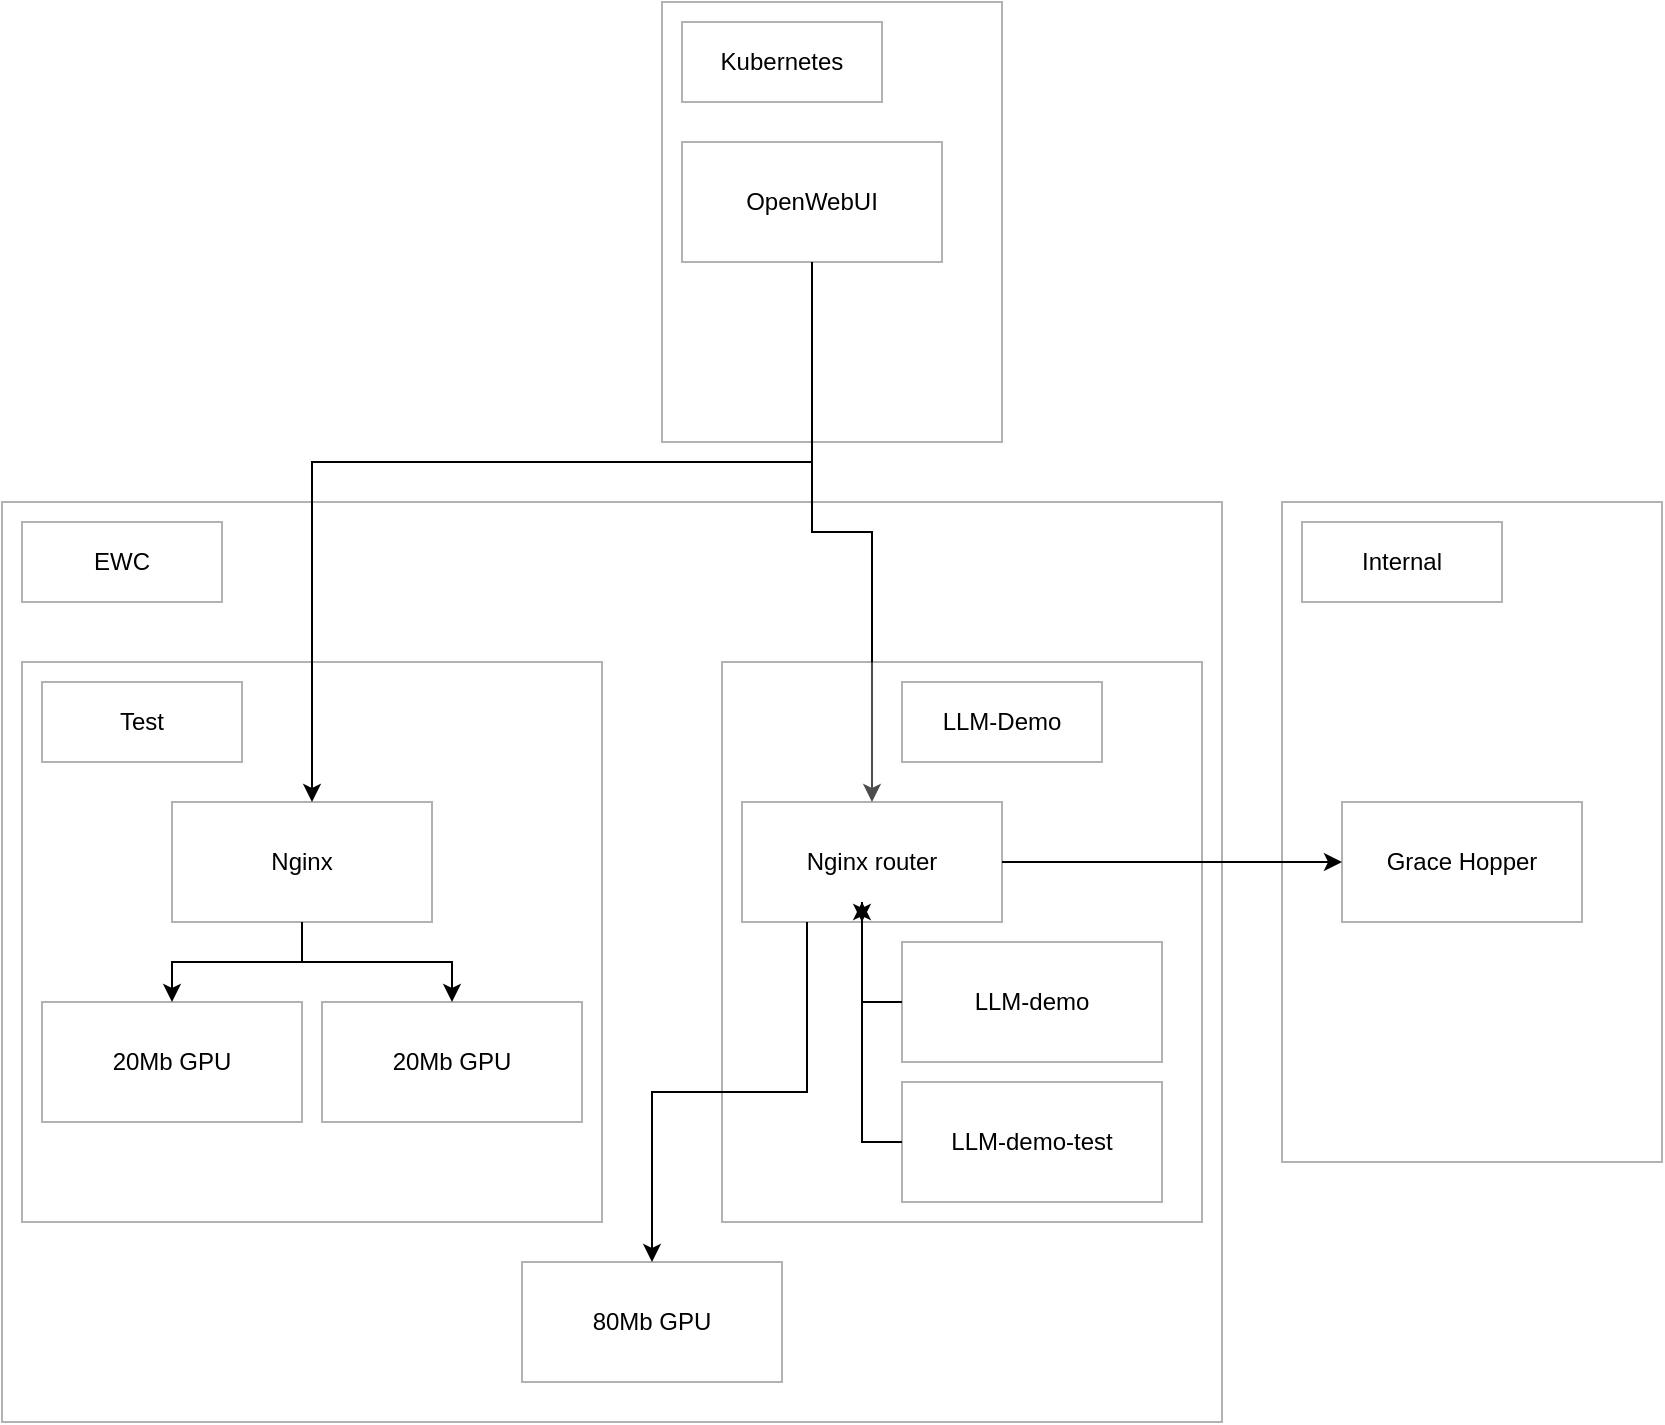
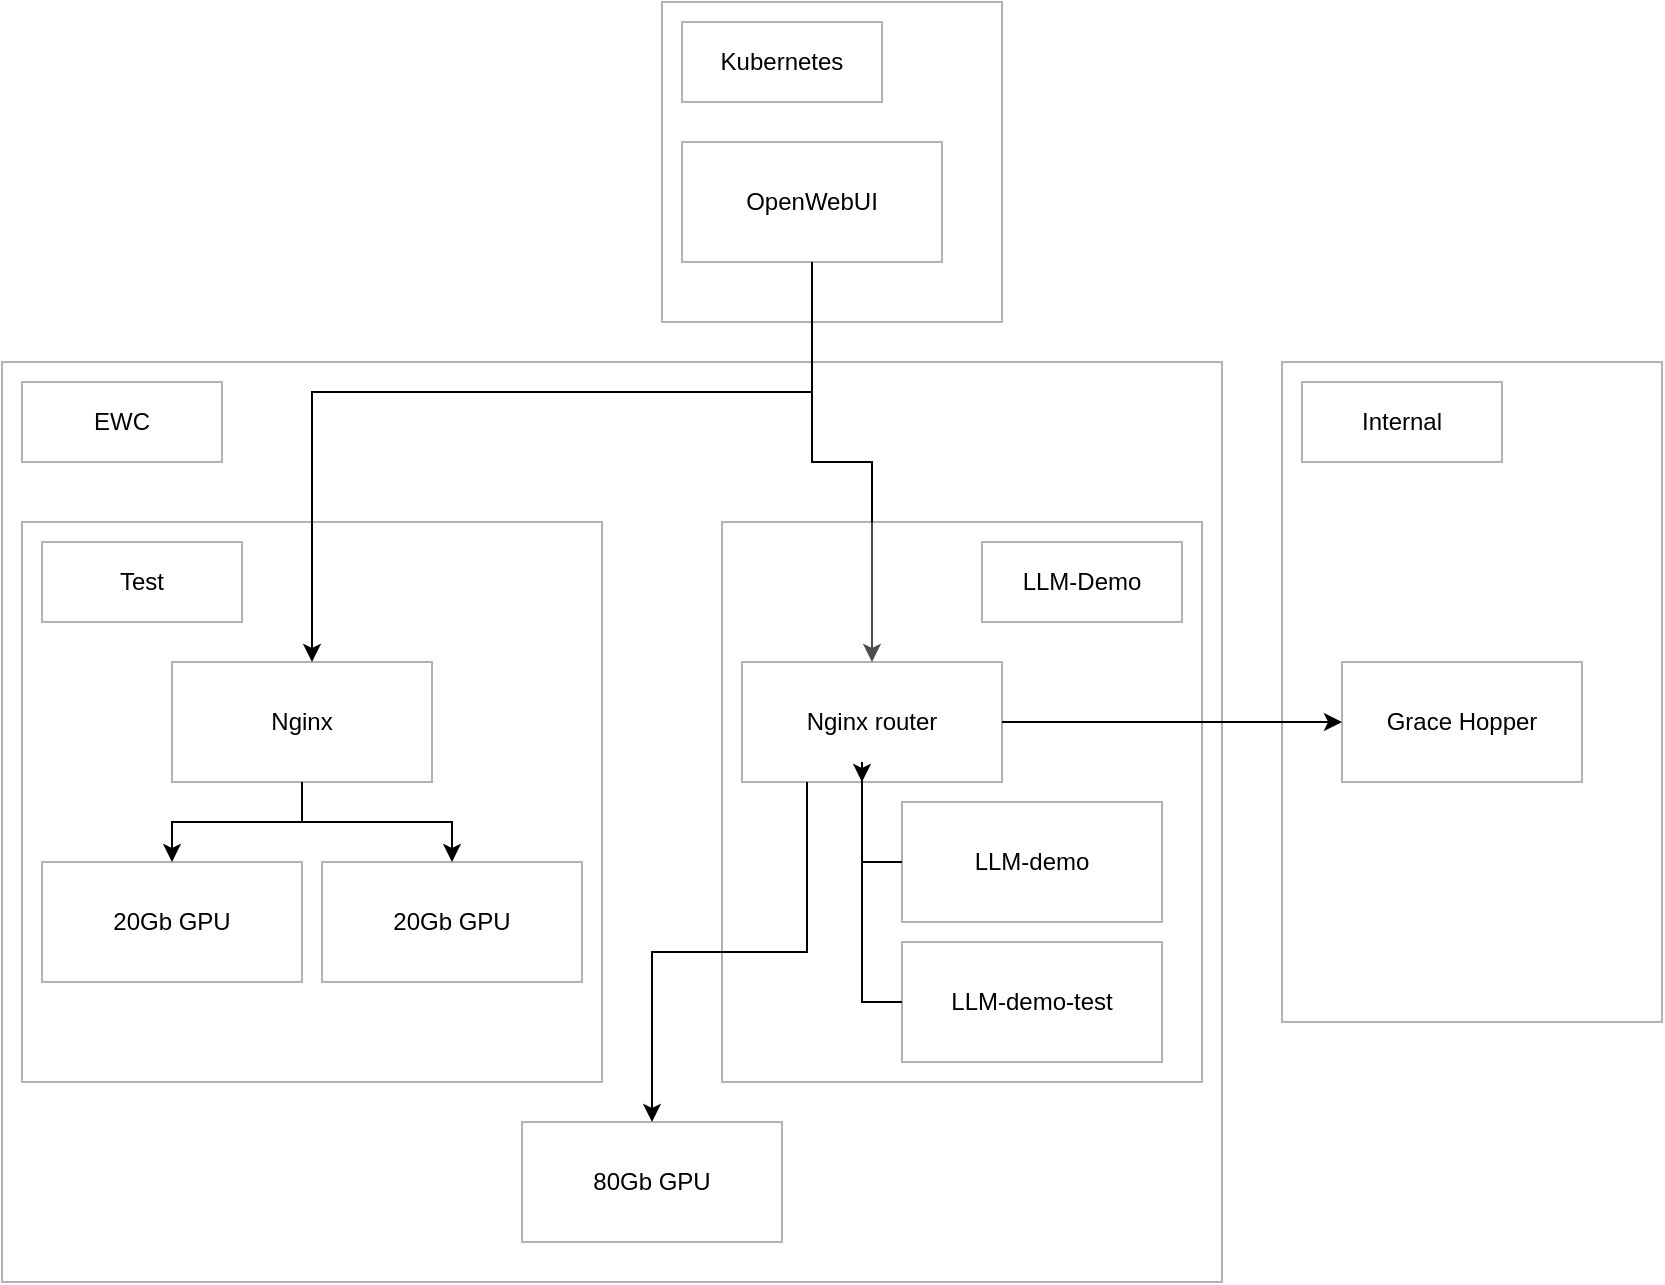
<mxfile host="app.diagrams.net">
  <diagram name="Page-1" id="L4mIukaEtGy8JK8147zT">
    <mxGraphModel dx="1414" dy="785" grid="1" gridSize="10" guides="1" tooltips="1" connect="1" arrows="1" fold="1" page="1" pageScale="1" pageWidth="850" pageHeight="1100" math="0" shadow="0">
      <root>
        <mxCell id="0" />
        <mxCell id="1" parent="0" />
        <mxCell id="EMS3xpfQNkqcS7_9iLT3-2" parent="1" style="rounded=0;whiteSpace=wrap;html=1;opacity=30;fillColor=light-dark(#FFFFFF,#00CC00);" value="" vertex="1">
-           <mxGeometry height="220" width="170" x="340" y="40" as="geometry" />
+           <mxGeometry height="160" width="170" x="340" y="40" as="geometry" />
        </mxCell>
        <mxCell id="EMS3xpfQNkqcS7_9iLT3-3" parent="1" style="rounded=0;whiteSpace=wrap;html=1;opacity=30;fillColor=light-dark(#FFFFFF,#990099);" value="" vertex="1">
-           <mxGeometry height="460" width="610" x="10" y="290" as="geometry" />
+           <mxGeometry height="460" width="610" x="10" y="220" as="geometry" />
        </mxCell>
-         <mxCell id="EMS3xpfQNkqcS7_9iLT3-4" parent="1" style="rounded=0;whiteSpace=wrap;html=1;fillColor=light-dark(#FFFFFF,#000000);opacity=30;" value="Kubernetes" vertex="1">
+         <mxCell id="EMS3xpfQNkqcS7_9iLT3-4" parent="1" style="rounded=0;whiteSpace=wrap;html=1;opacity=30;fillColor=light-dark(#FFFFFF,#000000);" value="Kubernetes" vertex="1">
          <mxGeometry height="40" width="100" x="350" y="50" as="geometry" />
        </mxCell>
        <mxCell id="EMS3xpfQNkqcS7_9iLT3-40" edge="1" parent="1" source="EMS3xpfQNkqcS7_9iLT3-6" style="edgeStyle=orthogonalEdgeStyle;rounded=0;orthogonalLoop=1;jettySize=auto;html=1;exitX=0.5;exitY=1;exitDx=0;exitDy=0;" target="EMS3xpfQNkqcS7_9iLT3-32">
          <mxGeometry relative="1" as="geometry" />
        </mxCell>
        <mxCell id="EMS3xpfQNkqcS7_9iLT3-6" parent="1" style="rounded=0;whiteSpace=wrap;html=1;fillColor=light-dark(#FFFFFF,#003300);opacity=30;" value="OpenWebUI" vertex="1">
          <mxGeometry height="60" width="130" x="350" y="110" as="geometry" />
        </mxCell>
        <mxCell id="EMS3xpfQNkqcS7_9iLT3-17" parent="1" style="rounded=0;whiteSpace=wrap;html=1;fillColor=light-dark(#FFFFFF,#000000);opacity=30;" value="EWC" vertex="1">
-           <mxGeometry height="40" width="100" x="20" y="300" as="geometry" />
+           <mxGeometry height="40" width="100" x="20" y="230" as="geometry" />
        </mxCell>
        <mxCell id="EMS3xpfQNkqcS7_9iLT3-18" parent="1" style="rounded=0;whiteSpace=wrap;html=1;fillColor=light-dark(#FFFFFF,#5667FF);opacity=30;" value="" vertex="1">
-           <mxGeometry height="330" width="190" x="650" y="290" as="geometry" />
+           <mxGeometry height="330" width="190" x="650" y="220" as="geometry" />
        </mxCell>
        <mxCell id="EMS3xpfQNkqcS7_9iLT3-19" parent="1" style="rounded=0;whiteSpace=wrap;html=1;fillColor=light-dark(#FFFFFF,#000000);opacity=30;" value="Internal" vertex="1">
-           <mxGeometry height="40" width="100" x="660" y="300" as="geometry" />
+           <mxGeometry height="40" width="100" x="660" y="230" as="geometry" />
        </mxCell>
        <mxCell id="EMS3xpfQNkqcS7_9iLT3-20" parent="1" style="rounded=0;whiteSpace=wrap;html=1;fillColor=light-dark(#FFFFFF,#003366);opacity=30;" value="Grace Hopper" vertex="1">
-           <mxGeometry height="60" width="120" x="680" y="440" as="geometry" />
+           <mxGeometry height="60" width="120" x="680" y="370" as="geometry" />
        </mxCell>
        <mxCell id="EMS3xpfQNkqcS7_9iLT3-25" parent="1" style="rounded=0;whiteSpace=wrap;html=1;fillColor=light-dark(#FFFFFF,#330066);opacity=30;" value="" vertex="1">
-           <mxGeometry height="280" width="290" x="20" y="370" as="geometry" />
+           <mxGeometry height="280" width="290" x="20" y="300" as="geometry" />
        </mxCell>
        <mxCell id="EMS3xpfQNkqcS7_9iLT3-38" edge="1" parent="1" source="EMS3xpfQNkqcS7_9iLT3-21" style="edgeStyle=orthogonalEdgeStyle;rounded=0;orthogonalLoop=1;jettySize=auto;html=1;exitX=0.5;exitY=1;exitDx=0;exitDy=0;entryX=0.5;entryY=0;entryDx=0;entryDy=0;" target="EMS3xpfQNkqcS7_9iLT3-22">
          <mxGeometry relative="1" as="geometry" />
        </mxCell>
        <mxCell id="EMS3xpfQNkqcS7_9iLT3-39" edge="1" parent="1" source="EMS3xpfQNkqcS7_9iLT3-21" style="edgeStyle=orthogonalEdgeStyle;rounded=0;orthogonalLoop=1;jettySize=auto;html=1;exitX=0.5;exitY=1;exitDx=0;exitDy=0;" target="EMS3xpfQNkqcS7_9iLT3-23">
          <mxGeometry relative="1" as="geometry" />
        </mxCell>
        <mxCell id="EMS3xpfQNkqcS7_9iLT3-21" parent="1" style="rounded=0;whiteSpace=wrap;html=1;fillColor=light-dark(#FFFFFF,#003300);opacity=30;" value="Nginx" vertex="1">
-           <mxGeometry height="60" width="130" x="95" y="440" as="geometry" />
+           <mxGeometry height="60" width="130" x="95" y="370" as="geometry" />
        </mxCell>
-         <mxCell id="EMS3xpfQNkqcS7_9iLT3-22" parent="1" style="rounded=0;whiteSpace=wrap;html=1;fillColor=light-dark(#FFFFFF,#003300);opacity=30;" value="20Mb GPU" vertex="1">
-           <mxGeometry height="60" width="130" x="30" y="540" as="geometry" />
+         <mxCell id="EMS3xpfQNkqcS7_9iLT3-22" parent="1" style="rounded=0;whiteSpace=wrap;html=1;fillColor=light-dark(#FFFFFF,#003300);opacity=30;" value="20Gb GPU" vertex="1">
+           <mxGeometry height="60" width="130" x="30" y="470" as="geometry" />
        </mxCell>
-         <mxCell id="EMS3xpfQNkqcS7_9iLT3-23" parent="1" style="rounded=0;whiteSpace=wrap;html=1;fillColor=light-dark(#FFFFFF,#003300);opacity=30;" value="20Mb GPU" vertex="1">
-           <mxGeometry height="60" width="130" x="170" y="540" as="geometry" />
+         <mxCell id="EMS3xpfQNkqcS7_9iLT3-23" parent="1" style="rounded=0;whiteSpace=wrap;html=1;fillColor=light-dark(#FFFFFF,#003300);opacity=30;" value="20Gb GPU" vertex="1">
+           <mxGeometry height="60" width="130" x="170" y="470" as="geometry" />
        </mxCell>
        <mxCell id="EMS3xpfQNkqcS7_9iLT3-26" parent="1" style="rounded=0;whiteSpace=wrap;html=1;fillColor=light-dark(#FFFFFF,#000000);opacity=30;" value="Test" vertex="1">
-           <mxGeometry height="40" width="100" x="30" y="380" as="geometry" />
+           <mxGeometry height="40" width="100" x="30" y="310" as="geometry" />
        </mxCell>
-         <mxCell id="EMS3xpfQNkqcS7_9iLT3-29" parent="1" style="rounded=0;whiteSpace=wrap;html=1;fillColor=light-dark(#FFFFFF,#003300);opacity=30;" value="80Mb GPU" vertex="1">
-           <mxGeometry height="60" width="130" x="270" y="670" as="geometry" />
+         <mxCell id="EMS3xpfQNkqcS7_9iLT3-29" parent="1" style="rounded=0;whiteSpace=wrap;html=1;fillColor=light-dark(#FFFFFF,#003300);opacity=30;" value="80G&lt;span style=&quot;background-color: transparent; color: light-dark(rgb(0, 0, 0), rgb(255, 255, 255));&quot;&gt;b GPU&lt;/span&gt;" vertex="1">
+           <mxGeometry height="60" width="130" x="270" y="600" as="geometry" />
        </mxCell>
        <mxCell id="EMS3xpfQNkqcS7_9iLT3-33" parent="1" style="rounded=0;whiteSpace=wrap;html=1;fillColor=light-dark(#FFFFFF,#330066);opacity=30;" value="" vertex="1">
-           <mxGeometry height="280" width="240" x="370" y="370" as="geometry" />
+           <mxGeometry height="280" width="240" x="370" y="300" as="geometry" />
        </mxCell>
        <mxCell id="EMS3xpfQNkqcS7_9iLT3-41" edge="1" parent="1" source="EMS3xpfQNkqcS7_9iLT3-32" style="edgeStyle=orthogonalEdgeStyle;rounded=0;orthogonalLoop=1;jettySize=auto;html=1;exitX=1;exitY=0.5;exitDx=0;exitDy=0;" target="EMS3xpfQNkqcS7_9iLT3-20">
          <mxGeometry relative="1" as="geometry" />
        </mxCell>
        <mxCell id="EMS3xpfQNkqcS7_9iLT3-42" edge="1" parent="1" source="EMS3xpfQNkqcS7_9iLT3-32" style="edgeStyle=orthogonalEdgeStyle;rounded=0;orthogonalLoop=1;jettySize=auto;html=1;exitX=0.25;exitY=1;exitDx=0;exitDy=0;" target="EMS3xpfQNkqcS7_9iLT3-29">
          <mxGeometry relative="1" as="geometry" />
        </mxCell>
        <mxCell id="EMS3xpfQNkqcS7_9iLT3-32" parent="1" style="rounded=0;whiteSpace=wrap;html=1;fillColor=light-dark(#FFFFFF,#003300);opacity=30;" value="Nginx router" vertex="1">
-           <mxGeometry height="60" width="130" x="380" y="440" as="geometry" />
+           <mxGeometry height="60" width="130" x="380" y="370" as="geometry" />
        </mxCell>
        <mxCell id="EMS3xpfQNkqcS7_9iLT3-34" parent="1" style="rounded=0;whiteSpace=wrap;html=1;fillColor=light-dark(#FFFFFF,#000000);opacity=30;" value="LLM-Demo" vertex="1">
-           <mxGeometry height="40" width="100" x="460" y="380" as="geometry" />
+           <mxGeometry height="40" width="100" x="500" y="310" as="geometry" />
        </mxCell>
        <mxCell id="EMS3xpfQNkqcS7_9iLT3-45" edge="1" parent="1" source="EMS3xpfQNkqcS7_9iLT3-35" style="edgeStyle=orthogonalEdgeStyle;rounded=0;orthogonalLoop=1;jettySize=auto;html=1;exitX=0;exitY=0.5;exitDx=0;exitDy=0;">
          <mxGeometry relative="1" as="geometry">
-             <mxPoint x="440" y="500" as="targetPoint" />
+             <mxPoint x="440" y="430" as="targetPoint" />
          </mxGeometry>
        </mxCell>
        <mxCell id="EMS3xpfQNkqcS7_9iLT3-35" parent="1" style="rounded=0;whiteSpace=wrap;html=1;fillColor=light-dark(#FFFFFF,#003300);opacity=30;" value="LLM-demo" vertex="1">
-           <mxGeometry height="60" width="130" x="460" y="510" as="geometry" />
+           <mxGeometry height="60" width="130" x="460" y="440" as="geometry" />
        </mxCell>
-         <mxCell id="EMS3xpfQNkqcS7_9iLT3-44" edge="1" parent="1" source="EMS3xpfQNkqcS7_9iLT3-36" style="edgeStyle=orthogonalEdgeStyle;rounded=0;orthogonalLoop=1;jettySize=auto;html=1;exitX=0;exitY=0.5;exitDx=0;exitDy=0;">
+         <mxCell id="EMS3xpfQNkqcS7_9iLT3-46" edge="1" parent="1" source="EMS3xpfQNkqcS7_9iLT3-36" style="edgeStyle=orthogonalEdgeStyle;rounded=0;orthogonalLoop=1;jettySize=auto;html=1;exitX=0;exitY=0.5;exitDx=0;exitDy=0;endArrow=none;endFill=0;">
          <mxGeometry relative="1" as="geometry">
-             <mxPoint x="440" y="490" as="targetPoint" />
+             <mxPoint x="440" y="470" as="targetPoint" />
          </mxGeometry>
        </mxCell>
        <mxCell id="EMS3xpfQNkqcS7_9iLT3-36" parent="1" style="rounded=0;whiteSpace=wrap;html=1;fillColor=light-dark(#FFFFFF,#003300);opacity=30;" value="LLM-demo-test" vertex="1">
-           <mxGeometry height="60" width="130" x="460" y="580" as="geometry" />
+           <mxGeometry height="60" width="130" x="460" y="510" as="geometry" />
        </mxCell>
        <mxCell id="EMS3xpfQNkqcS7_9iLT3-37" edge="1" parent="1" source="EMS3xpfQNkqcS7_9iLT3-6" style="edgeStyle=orthogonalEdgeStyle;rounded=0;orthogonalLoop=1;jettySize=auto;html=1;exitX=0.5;exitY=1;exitDx=0;exitDy=0;entryX=0.5;entryY=0.25;entryDx=0;entryDy=0;entryPerimeter=0;" target="EMS3xpfQNkqcS7_9iLT3-25">
          <mxGeometry relative="1" as="geometry" />
        </mxCell>
      </root>
    </mxGraphModel>
  </diagram>
</mxfile>
